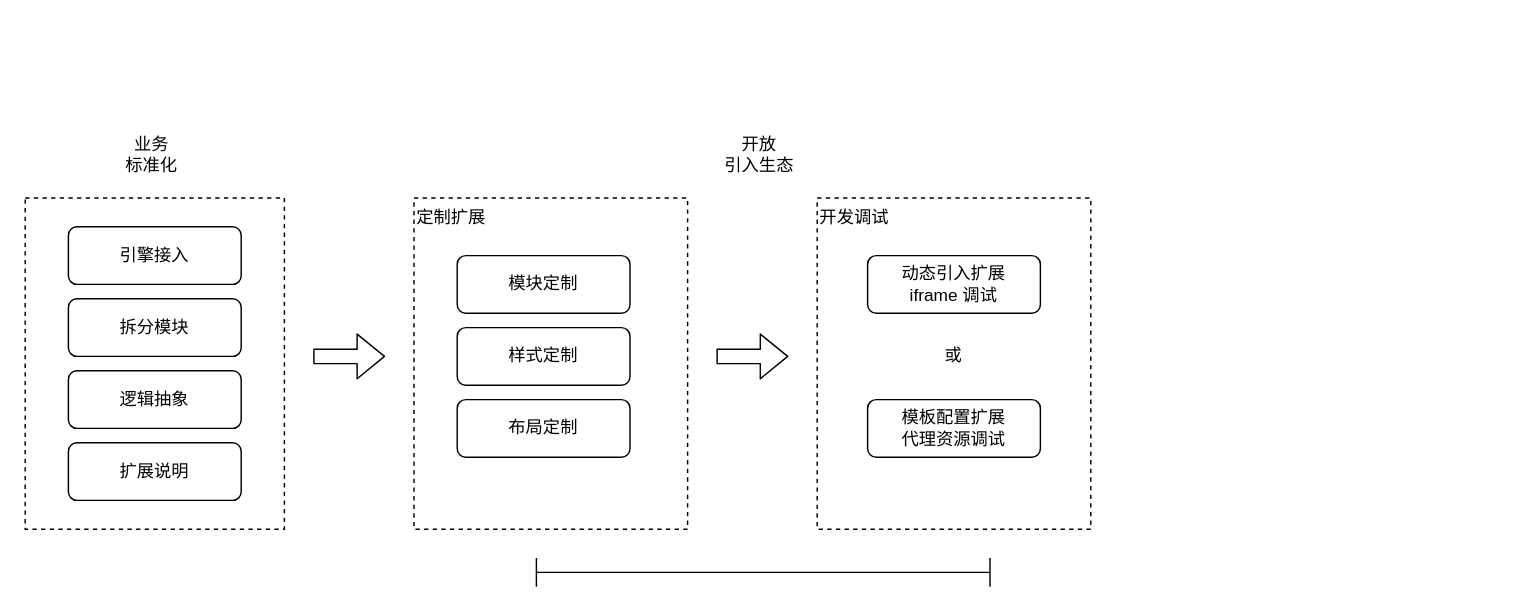
xiazhiqiang/diagrams keeps this draw.io diagram as page "平台化" (6 of 6) of 架构图.drawio. Above is the earlier version. Source tidied: cells renumbered, new cells numbered last; positions are measured from the earlier drawing's top-left corner, leaving out a move shared by most shapes. Both pictures are drawn from the tidied source at 144%, with x=0, y=0 at pixel (24, 140).
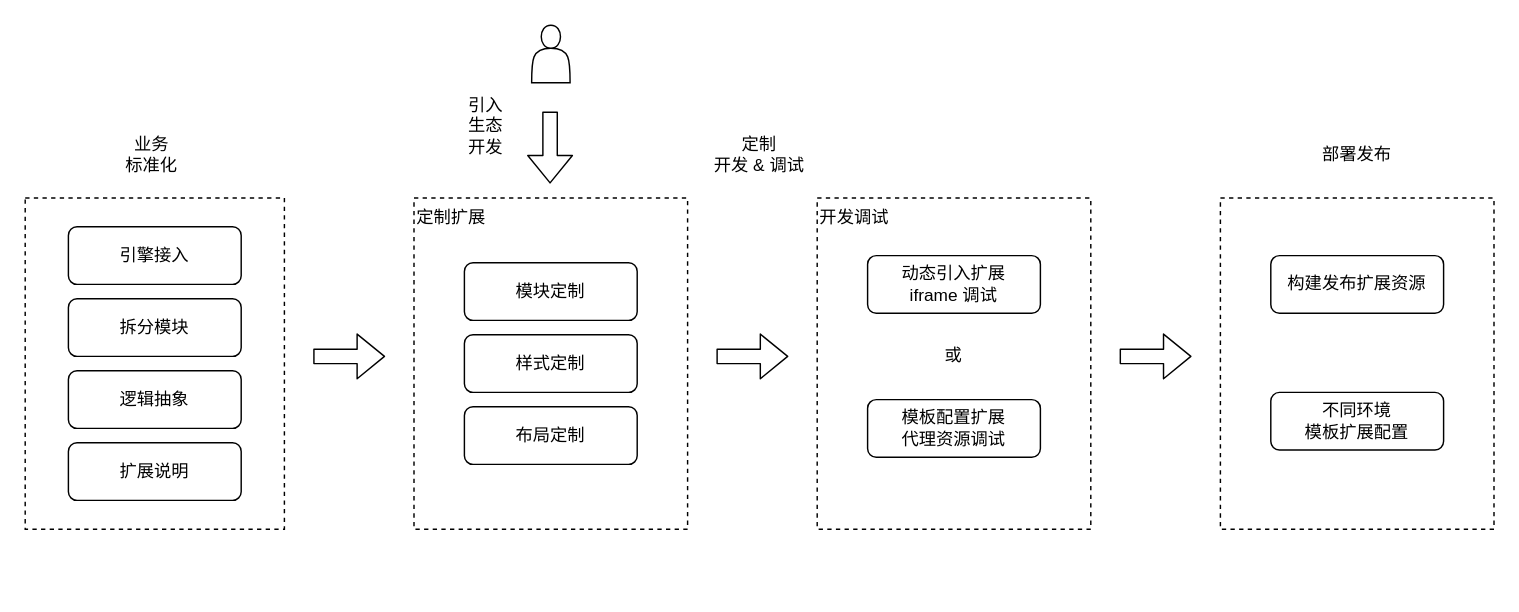
The same diagram, later.

Commit message:
更新架构图.drawio

Diff of the diagram source:
```diff
@@
-    <mxCell id="11" value="开放&lt;br&gt;引入生态" style="text;html=1;strokeColor=none;fillColor=none;align=center;verticalAlign=middle;whiteSpace=wrap;rounded=0;" parent="1" vertex="1">
+    <mxCell id="11" value="定制&lt;br&gt;开发 &amp;amp; 调试" style="text;html=1;strokeColor=none;fillColor=none;align=center;verticalAlign=middle;whiteSpace=wrap;rounded=0;" parent="1" vertex="1">
       <mxGeometry x="470" width="80" height="20" as="geometry" />
     </mxCell>
     <mxCell id="12" value="模块定制" style="rounded=1;whiteSpace=wrap;html=1;" parent="1" vertex="1">
-      <mxGeometry x="300" y="80" width="120" height="40" as="geometry" />
+      <mxGeometry x="305" y="85" width="120" height="40" as="geometry" />
     </mxCell>
     <mxCell id="13" value="样式定制" style="rounded=1;whiteSpace=wrap;html=1;" parent="1" vertex="1">
-      <mxGeometry x="300" y="130" width="120" height="40" as="geometry" />
+      <mxGeometry x="305" y="135" width="120" height="40" as="geometry" />
     </mxCell>
     <mxCell id="14" value="布局定制" style="rounded=1;whiteSpace=wrap;html=1;" parent="1" vertex="1">
-      <mxGeometry x="300" y="180" width="120" height="40" as="geometry" />
+      <mxGeometry x="305" y="185" width="120" height="40" as="geometry" />
     </mxCell>
@@
-    <mxCell id="19" style="shape=crossbar;whiteSpace=wrap;html=1;rounded=1;shadow=0;glass=0;sketch=0;verticalAlign=top;" parent="1" vertex="1">
-      <mxGeometry x="355" y="290" width="315" height="20" as="geometry" />
-    </mxCell>
+    <mxCell id="20" style="shape=flexArrow;endArrow=classic;html=1;" parent="1" edge="1">
+      <mxGeometry relative="1" as="geometry">
+        <mxPoint x="760" y="150" as="sourcePoint" />
+        <mxPoint x="810" y="150" as="targetPoint" />
+      </mxGeometry>
+    </mxCell>
+    <mxCell id="21" style="rounded=0;whiteSpace=wrap;html=1;align=left;verticalAlign=top;dashed=1;glass=0;sketch=0;shadow=0;" parent="1" vertex="1">
+      <mxGeometry x="830" y="40" width="190" height="230" as="geometry" />
+    </mxCell>
+    <mxCell id="22" value="部署发布" style="text;html=1;strokeColor=none;fillColor=none;align=center;verticalAlign=middle;whiteSpace=wrap;rounded=0;" parent="1" vertex="1">
+      <mxGeometry x="885" width="80" height="20" as="geometry" />
+    </mxCell>
+    <mxCell id="23" value="构建发布扩展资源" style="rounded=1;whiteSpace=wrap;html=1;" parent="1" vertex="1">
+      <mxGeometry x="865" y="80" width="120" height="40" as="geometry" />
+    </mxCell>
+    <mxCell id="24" value="不同环境&lt;br&gt;模板扩展配置" style="rounded=1;whiteSpace=wrap;html=1;" parent="1" vertex="1">
+      <mxGeometry x="865" y="175" width="120" height="40" as="geometry" />
+    </mxCell>
+    <mxCell id="25" style="shape=flexArrow;endArrow=classic;html=1;" parent="1" edge="1">
+      <mxGeometry relative="1" as="geometry">
+        <mxPoint x="364.5" y="-20" as="sourcePoint" />
+        <mxPoint x="364.5" y="30" as="targetPoint" />
+      </mxGeometry>
+    </mxCell>
+    <mxCell id="26" style="shape=actor;whiteSpace=wrap;html=1;rounded=0;shadow=0;glass=0;sketch=0;verticalAlign=top;" parent="1" vertex="1">
+      <mxGeometry x="351.7" y="-80" width="26.7" height="40" as="geometry" />
+    </mxCell>
+    <mxCell id="27" value="引入&lt;br&gt;生态&lt;br&gt;开发&lt;br&gt;" style="text;html=1;strokeColor=none;fillColor=none;align=center;verticalAlign=middle;whiteSpace=wrap;rounded=0;shadow=0;glass=0;sketch=0;" parent="1" vertex="1">
+      <mxGeometry x="300" y="-20" width="40" height="20" as="geometry" />
+    </mxCell>
```
